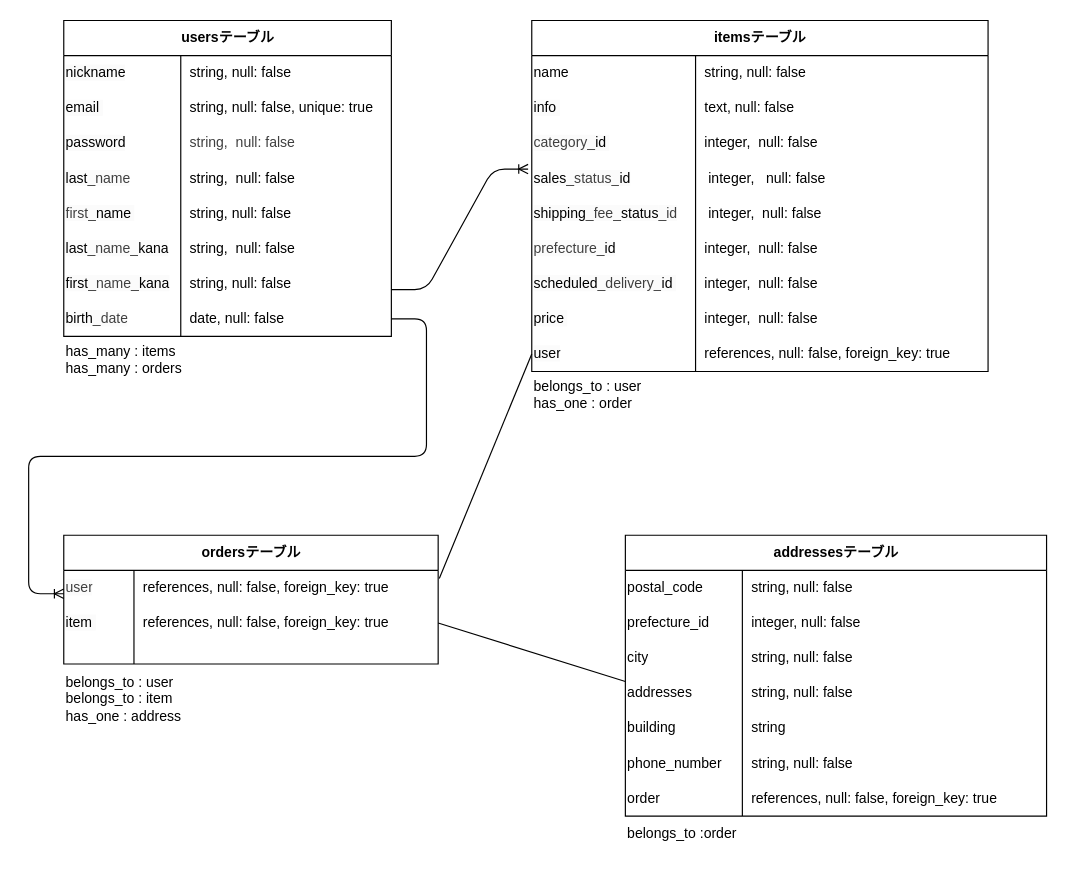
Above: app/views/ER.dio in yuuri418-ui/furima-47310 (draw.io), before the change. Source tidied: cells renumbered, new cells numbered last; positions are measured from the earlier drawing's top-left corner, leaving out a move shared by most shapes. Both pictures are drawn from the tidied source at 117%, with x=0, y=0 at pixel (40, 20).
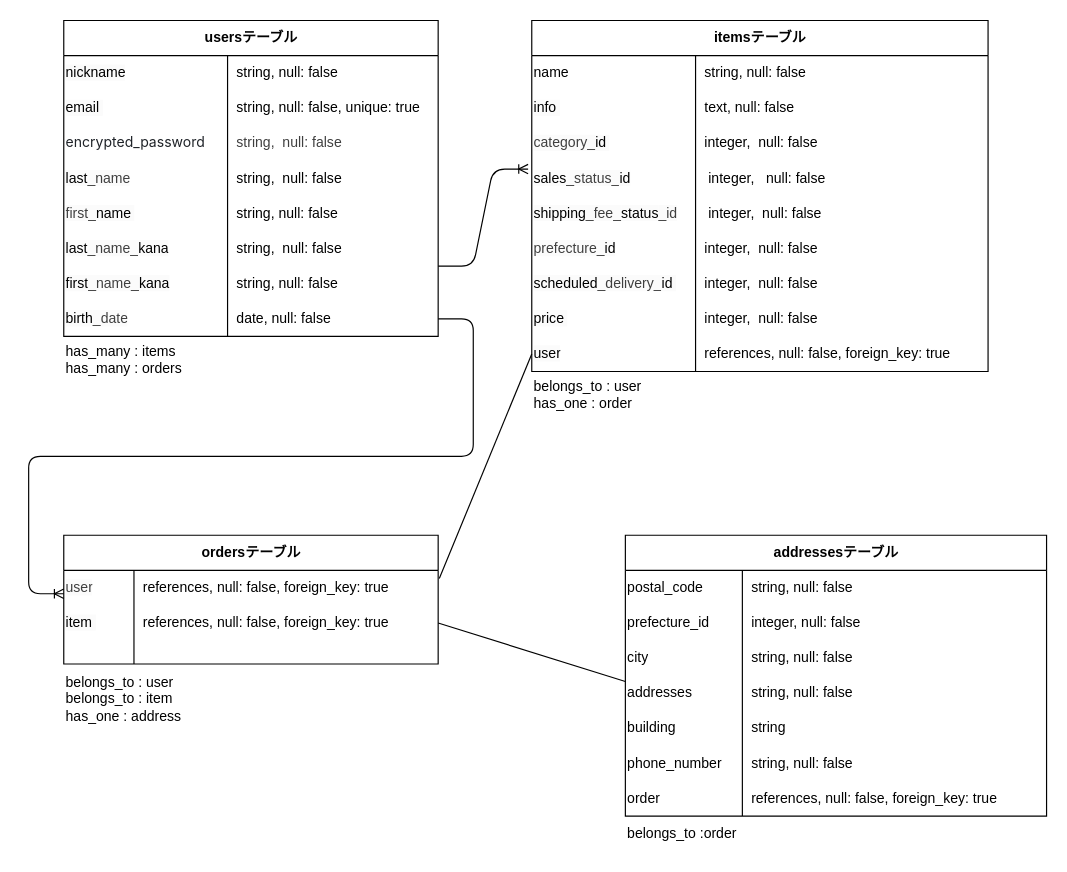
Above is the later version.

Commit message (it also covers changes not shown here):
passwordカラム名を変更

Unchanged cells that the change refers to:
```xml
<mxCell id="37" style="shape=tableRow;horizontal=0;startSize=0;swimlaneHead=0;swimlaneBody=0;fillColor=none;points=[[0,0.5],[1,0.5]];portConstraint=eastwest;top=0;left=0;right=0;bottom=0;" parent="27" vertex="1">
  <mxGeometry y="120" width="390" height="30" as="geometry" />
</mxCell>
```

Change to the diagram source:
```diff
@@
     <mxCell id="2" value="usersテーブル" style="shape=table;startSize=30;childLayout=tableLayout;rowLines=0;fontStyle=1;align=center;html=1;fontColor=default;" parent="1" vertex="1">
-      <mxGeometry x="20" width="280" height="270" as="geometry" />
+      <mxGeometry x="20" width="320" height="270" as="geometry" />
     </mxCell>
     <mxCell id="3" style="shape=tableRow;horizontal=0;startSize=0;swimlaneHead=0;swimlaneBody=0;fillColor=none;top=0;left=0;right=0;bottom=0;align=left;" parent="2" vertex="1">
-      <mxGeometry y="30" width="280" height="30" as="geometry" />
+      <mxGeometry y="30" width="320" height="30" as="geometry" />
     </mxCell>
     <mxCell id="4" value="&lt;span style=&quot;color: rgb(0, 0, 0); font-family: Helvetica; font-size: 12px; font-style: normal; font-variant-ligatures: normal; font-variant-caps: normal; font-weight: 400; letter-spacing: normal; orphans: 2; text-indent: 0px; text-transform: none; widows: 2; word-spacing: 0px; -webkit-text-stroke-width: 0px; white-space: normal; background-color: rgb(251, 251, 251); text-decoration-thickness: initial; text-decoration-style: initial; text-decoration-color: initial; float: none; display: inline !important;&quot;&gt;nickname&lt;/span&gt;" style="shape=partialRectangle;fillColor=none;top=0;left=0;bottom=0;right=0;overflow=hidden;whiteSpace=wrap;html=1;align=left;" parent="3" vertex="1">
-      <mxGeometry width="100" height="30" as="geometry" />
+      <mxGeometry width="140" height="30" as="geometry" />
     </mxCell>
     <mxCell id="5" value="string, null: false" style="shape=partialRectangle;fillColor=none;top=0;left=0;bottom=0;right=0;align=left;spacingLeft=6;overflow=hidden;whiteSpace=wrap;html=1;" parent="3" vertex="1">
-      <mxGeometry x="100" width="180" height="30" as="geometry" />
+      <mxGeometry x="140" width="180" height="30" as="geometry" />
     </mxCell>
     <mxCell id="6" style="shape=tableRow;horizontal=0;startSize=0;swimlaneHead=0;swimlaneBody=0;fillColor=none;top=0;left=0;right=0;bottom=0;align=left;" parent="2" vertex="1">
-      <mxGeometry y="60" width="280" height="30" as="geometry" />
+      <mxGeometry y="60" width="320" height="30" as="geometry" />
     </mxCell>
     <mxCell id="7" value="&lt;span style=&quot;color: rgb(0, 0, 0); font-family: Helvetica; font-size: 12px; font-style: normal; font-variant-ligatures: normal; font-variant-caps: normal; font-weight: 400; letter-spacing: normal; orphans: 2; text-indent: 0px; text-transform: none; widows: 2; word-spacing: 0px; -webkit-text-stroke-width: 0px; white-space: normal; background-color: rgb(251, 251, 251); text-decoration-thickness: initial; text-decoration-style: initial; text-decoration-color: initial; float: none; display: inline !important;&quot;&gt;email&lt;span&gt;&amp;nbsp;&lt;/span&gt;&lt;/span&gt;" style="shape=partialRectangle;fillColor=none;top=0;left=0;bottom=0;right=0;overflow=hidden;whiteSpace=wrap;html=1;align=left;" parent="6" vertex="1">
-      <mxGeometry width="100" height="30" as="geometry" />
+      <mxGeometry width="140" height="30" as="geometry" />
     </mxCell>
     <mxCell id="8" value="string, null: false, unique: true" style="shape=partialRectangle;fillColor=none;top=0;left=0;bottom=0;right=0;align=left;spacingLeft=6;overflow=hidden;whiteSpace=wrap;html=1;" parent="6" vertex="1">
-      <mxGeometry x="100" width="180" height="30" as="geometry" />
+      <mxGeometry x="140" width="180" height="30" as="geometry" />
     </mxCell>
     <mxCell id="9" style="shape=tableRow;horizontal=0;startSize=0;swimlaneHead=0;swimlaneBody=0;fillColor=none;top=0;left=0;right=0;bottom=0;align=left;" parent="2" vertex="1">
-      <mxGeometry y="90" width="280" height="30" as="geometry" />
+      <mxGeometry y="90" width="320" height="30" as="geometry" />
     </mxCell>
-    <mxCell id="10" value="&lt;span style=&quot;color: rgb(0, 0, 0); font-family: Helvetica; font-size: 12px; font-style: normal; font-variant-ligatures: normal; font-variant-caps: normal; font-weight: 400; letter-spacing: normal; orphans: 2; text-indent: 0px; text-transform: none; widows: 2; word-spacing: 0px; -webkit-text-stroke-width: 0px; white-space: normal; background-color: rgb(251, 251, 251); text-decoration-thickness: initial; text-decoration-style: initial; text-decoration-color: initial; float: none; display: inline !important;&quot;&gt;password&lt;/span&gt;" style="shape=partialRectangle;fillColor=none;top=0;left=0;bottom=0;right=0;overflow=hidden;whiteSpace=wrap;html=1;align=left;" parent="9" vertex="1">
-      <mxGeometry width="100" height="30" as="geometry" />
+    <mxCell id="10" value="&lt;span style=&quot;color: rgb(31, 35, 40); font-family: -apple-system, &amp;quot;system-ui&amp;quot;, &amp;quot;Segoe UI&amp;quot;, &amp;quot;Noto Sans&amp;quot;, Helvetica, Arial, sans-serif, &amp;quot;Apple Color Emoji&amp;quot;, &amp;quot;Segoe UI Emoji&amp;quot;; background-color: rgb(255, 255, 255);&quot;&gt;&lt;font&gt;encrypted_password&lt;/font&gt;&lt;/span&gt;" style="shape=partialRectangle;fillColor=none;top=0;left=0;bottom=0;right=0;overflow=hidden;whiteSpace=wrap;html=1;align=left;" parent="9" vertex="1">
+      <mxGeometry width="140" height="30" as="geometry" />
     </mxCell>
     <mxCell id="11" value="&lt;span style=&quot;color: rgb(63, 63, 63); background-color: transparent;&quot;&gt;string,&amp;nbsp; null: false&amp;nbsp;&lt;/span&gt;" style="shape=partialRectangle;fillColor=none;top=0;left=0;bottom=0;right=0;align=left;spacingLeft=6;overflow=hidden;whiteSpace=wrap;html=1;" parent="9" vertex="1">
-      <mxGeometry x="100" width="180" height="30" as="geometry" />
+      <mxGeometry x="140" width="180" height="30" as="geometry" />
     </mxCell>
     <mxCell id="12" style="shape=tableRow;horizontal=0;startSize=0;swimlaneHead=0;swimlaneBody=0;fillColor=none;top=0;left=0;right=0;bottom=0;align=left;" parent="2" vertex="1">
-      <mxGeometry y="120" width="280" height="30" as="geometry" />
+      <mxGeometry y="120" width="320" height="30" as="geometry" />
     </mxCell>
     <mxCell id="13" value="&lt;span style=&quot;color: rgb(0, 0, 0); font-family: Helvetica; font-size: 12px; font-style: normal; font-variant-ligatures: normal; font-variant-caps: normal; font-weight: 400; letter-spacing: normal; orphans: 2; text-indent: 0px; text-transform: none; widows: 2; word-spacing: 0px; -webkit-text-stroke-width: 0px; white-space: normal; background-color: rgb(251, 251, 251); text-decoration-thickness: initial; text-decoration-style: initial; text-decoration-color: initial; float: none; display: inline !important;&quot;&gt;last&lt;/span&gt;&lt;span class=&quot;hljs-emphasis&quot; style=&quot;forced-color-adjust: none; color: rgb(63, 63, 63); scrollbar-color: rgb(226, 226, 226) rgb(251, 251, 251); font-family: Helvetica; font-size: 12px; font-style: normal; font-variant-ligatures: normal; font-variant-caps: normal; font-weight: 400; letter-spacing: normal; orphans: 2; text-indent: 0px; text-transform: none; widows: 2; word-spacing: 0px; -webkit-text-stroke-width: 0px; white-space: normal; background-color: rgb(251, 251, 251); text-decoration-thickness: initial; text-decoration-style: initial; text-decoration-color: initial;&quot;&gt;_name&lt;/span&gt;" style="shape=partialRectangle;fillColor=none;top=0;left=0;bottom=0;right=0;overflow=hidden;whiteSpace=wrap;html=1;align=left;" parent="12" vertex="1">
-      <mxGeometry width="100" height="30" as="geometry" />
+      <mxGeometry width="140" height="30" as="geometry" />
     </mxCell>
     <mxCell id="14" value="&lt;span class=&quot;hljs-emphasis&quot;&gt;string,&amp;nbsp; null: false&amp;nbsp; &amp;nbsp;&lt;/span&gt;" style="shape=partialRectangle;fillColor=none;top=0;left=0;bottom=0;right=0;align=left;spacingLeft=6;overflow=hidden;whiteSpace=wrap;html=1;" parent="12" vertex="1">
-      <mxGeometry x="100" width="180" height="30" as="geometry" />
+      <mxGeometry x="140" width="180" height="30" as="geometry" />
     </mxCell>
     <mxCell id="15" style="shape=tableRow;horizontal=0;startSize=0;swimlaneHead=0;swimlaneBody=0;fillColor=none;top=0;left=0;right=0;bottom=0;align=left;" parent="2" vertex="1">
-      <mxGeometry y="150" width="280" height="30" as="geometry" />
+      <mxGeometry y="150" width="320" height="30" as="geometry" />
     </mxCell>
     <mxCell id="16" value="&lt;span class=&quot;hljs-emphasis&quot; style=&quot;forced-color-adjust: none; color: rgb(63, 63, 63); scrollbar-color: rgb(226, 226, 226) rgb(251, 251, 251); font-family: Helvetica; font-size: 12px; font-style: normal; font-variant-ligatures: normal; font-variant-caps: normal; font-weight: 400; letter-spacing: normal; orphans: 2; text-indent: 0px; text-transform: none; widows: 2; word-spacing: 0px; -webkit-text-stroke-width: 0px; white-space: normal; background-color: rgb(251, 251, 251); text-decoration-thickness: initial; text-decoration-style: initial; text-decoration-color: initial;&quot;&gt;first_&lt;/span&gt;&lt;span style=&quot;color: rgb(0, 0, 0); font-family: Helvetica; font-size: 12px; font-style: normal; font-variant-ligatures: normal; font-variant-caps: normal; font-weight: 400; letter-spacing: normal; orphans: 2; text-indent: 0px; text-transform: none; widows: 2; word-spacing: 0px; -webkit-text-stroke-width: 0px; white-space: normal; background-color: rgb(251, 251, 251); text-decoration-thickness: initial; text-decoration-style: initial; text-decoration-color: initial; float: none; display: inline !important;&quot;&gt;name&lt;span&gt;&amp;nbsp;&lt;/span&gt;&lt;/span&gt;" style="shape=partialRectangle;fillColor=none;top=0;left=0;bottom=0;right=0;overflow=hidden;whiteSpace=wrap;html=1;align=left;" parent="15" vertex="1">
-      <mxGeometry width="100" height="30" as="geometry" />
+      <mxGeometry width="140" height="30" as="geometry" />
     </mxCell>
     <mxCell id="17" value="string, null: false" style="shape=partialRectangle;fillColor=none;top=0;left=0;bottom=0;right=0;align=left;spacingLeft=6;overflow=hidden;whiteSpace=wrap;html=1;" parent="15" vertex="1">
-      <mxGeometry x="100" width="180" height="30" as="geometry" />
+      <mxGeometry x="140" width="180" height="30" as="geometry" />
     </mxCell>
     <mxCell id="18" style="shape=tableRow;horizontal=0;startSize=0;swimlaneHead=0;swimlaneBody=0;fillColor=none;top=0;left=0;right=0;bottom=0;align=left;" parent="2" vertex="1">
-      <mxGeometry y="180" width="280" height="30" as="geometry" />
+      <mxGeometry y="180" width="320" height="30" as="geometry" />
     </mxCell>
     <mxCell id="19" value="&lt;span style=&quot;color: rgb(0, 0, 0); font-family: Helvetica; font-size: 12px; font-style: normal; font-variant-ligatures: normal; font-variant-caps: normal; font-weight: 400; letter-spacing: normal; orphans: 2; text-indent: 0px; text-transform: none; widows: 2; word-spacing: 0px; -webkit-text-stroke-width: 0px; white-space: normal; background-color: rgb(251, 251, 251); text-decoration-thickness: initial; text-decoration-style: initial; text-decoration-color: initial; float: none; display: inline !important;&quot;&gt;last&lt;/span&gt;&lt;span class=&quot;hljs-emphasis&quot; style=&quot;forced-color-adjust: none; color: rgb(63, 63, 63); scrollbar-color: rgb(226, 226, 226) rgb(251, 251, 251); font-family: Helvetica; font-size: 12px; font-style: normal; font-variant-ligatures: normal; font-variant-caps: normal; font-weight: 400; letter-spacing: normal; orphans: 2; text-indent: 0px; text-transform: none; widows: 2; word-spacing: 0px; -webkit-text-stroke-width: 0px; white-space: normal; background-color: rgb(251, 251, 251); text-decoration-thickness: initial; text-decoration-style: initial; text-decoration-color: initial;&quot;&gt;_name_&lt;/span&gt;&lt;span style=&quot;color: rgb(0, 0, 0); font-family: Helvetica; font-size: 12px; font-style: normal; font-variant-ligatures: normal; font-variant-caps: normal; font-weight: 400; letter-spacing: normal; orphans: 2; text-indent: 0px; text-transform: none; widows: 2; word-spacing: 0px; -webkit-text-stroke-width: 0px; white-space: normal; background-color: rgb(251, 251, 251); text-decoration-thickness: initial; text-decoration-style: initial; text-decoration-color: initial; float: none; display: inline !important;&quot;&gt;kana&lt;/span&gt;" style="shape=partialRectangle;fillColor=none;top=0;left=0;bottom=0;right=0;overflow=hidden;whiteSpace=wrap;html=1;align=left;" parent="18" vertex="1">
-      <mxGeometry width="100" height="30" as="geometry" />
+      <mxGeometry width="140" height="30" as="geometry" />
     </mxCell>
     <mxCell id="20" value="string,&amp;nbsp; null: false" style="shape=partialRectangle;fillColor=none;top=0;left=0;bottom=0;right=0;align=left;spacingLeft=6;overflow=hidden;whiteSpace=wrap;html=1;" parent="18" vertex="1">
-      <mxGeometry x="100" width="180" height="30" as="geometry" />
+      <mxGeometry x="140" width="180" height="30" as="geometry" />
     </mxCell>
     <mxCell id="21" style="shape=tableRow;horizontal=0;startSize=0;swimlaneHead=0;swimlaneBody=0;fillColor=none;top=0;left=0;right=0;bottom=0;align=left;" parent="2" vertex="1">
-      <mxGeometry y="210" width="280" height="30" as="geometry" />
+      <mxGeometry y="210" width="320" height="30" as="geometry" />
     </mxCell>
     <mxCell id="22" value="&lt;span style=&quot;color: rgb(0, 0, 0); font-family: Helvetica; font-size: 12px; font-style: normal; font-variant-ligatures: normal; font-variant-caps: normal; font-weight: 400; letter-spacing: normal; orphans: 2; text-indent: 0px; text-transform: none; widows: 2; word-spacing: 0px; -webkit-text-stroke-width: 0px; white-space: normal; background-color: rgb(251, 251, 251); text-decoration-thickness: initial; text-decoration-style: initial; text-decoration-color: initial; float: none; display: inline !important;&quot;&gt;first&lt;/span&gt;&lt;span class=&quot;hljs-emphasis&quot; style=&quot;forced-color-adjust: none; color: rgb(63, 63, 63); scrollbar-color: rgb(226, 226, 226) rgb(251, 251, 251); font-family: Helvetica; font-size: 12px; font-style: normal; font-variant-ligatures: normal; font-variant-caps: normal; font-weight: 400; letter-spacing: normal; orphans: 2; text-indent: 0px; text-transform: none; widows: 2; word-spacing: 0px; -webkit-text-stroke-width: 0px; white-space: normal; background-color: rgb(251, 251, 251); text-decoration-thickness: initial; text-decoration-style: initial; text-decoration-color: initial;&quot;&gt;_name_&lt;/span&gt;&lt;span style=&quot;color: rgb(0, 0, 0); font-family: Helvetica; font-size: 12px; font-style: normal; font-variant-ligatures: normal; font-variant-caps: normal; font-weight: 400; letter-spacing: normal; orphans: 2; text-indent: 0px; text-transform: none; widows: 2; word-spacing: 0px; -webkit-text-stroke-width: 0px; white-space: normal; background-color: rgb(251, 251, 251); text-decoration-thickness: initial; text-decoration-style: initial; text-decoration-color: initial; float: none; display: inline !important;&quot;&gt;kana&lt;/span&gt;" style="shape=partialRectangle;fillColor=none;top=0;left=0;bottom=0;right=0;overflow=hidden;whiteSpace=wrap;html=1;align=left;" parent="21" vertex="1">
-      <mxGeometry width="100" height="30" as="geometry" />
+      <mxGeometry width="140" height="30" as="geometry" />
     </mxCell>
     <mxCell id="23" value="string, null: false" style="shape=partialRectangle;fillColor=none;top=0;left=0;bottom=0;right=0;align=left;spacingLeft=6;overflow=hidden;whiteSpace=wrap;html=1;" parent="21" vertex="1">
-      <mxGeometry x="100" width="180" height="30" as="geometry" />
+      <mxGeometry x="140" width="180" height="30" as="geometry" />
     </mxCell>
     <mxCell id="24" style="shape=tableRow;horizontal=0;startSize=0;swimlaneHead=0;swimlaneBody=0;fillColor=none;points=[[0,0.5],[1,0.5]];portConstraint=eastwest;top=0;left=0;right=0;bottom=0;align=left;" parent="2" vertex="1">
-      <mxGeometry y="240" width="280" height="30" as="geometry" />
+      <mxGeometry y="240" width="320" height="30" as="geometry" />
     </mxCell>
     <mxCell id="25" value="&lt;span style=&quot;color: rgb(0, 0, 0); font-family: Helvetica; font-size: 12px; font-style: normal; font-variant-ligatures: normal; font-variant-caps: normal; font-weight: 400; letter-spacing: normal; orphans: 2; text-indent: 0px; text-transform: none; widows: 2; word-spacing: 0px; -webkit-text-stroke-width: 0px; white-space: normal; background-color: rgb(251, 251, 251); text-decoration-thickness: initial; text-decoration-style: initial; text-decoration-color: initial; float: none; display: inline !important;&quot;&gt;birth&lt;/span&gt;&lt;span class=&quot;hljs-emphasis&quot; style=&quot;forced-color-adjust: none; color: rgb(63, 63, 63); scrollbar-color: rgb(226, 226, 226) rgb(251, 251, 251); font-family: Helvetica; font-size: 12px; font-style: normal; font-variant-ligatures: normal; font-variant-caps: normal; font-weight: 400; letter-spacing: normal; orphans: 2; text-indent: 0px; text-transform: none; widows: 2; word-spacing: 0px; -webkit-text-stroke-width: 0px; white-space: normal; background-color: rgb(251, 251, 251); text-decoration-thickness: initial; text-decoration-style: initial; text-decoration-color: initial;&quot;&gt;_date&lt;/span&gt;" style="shape=partialRectangle;fillColor=none;top=0;left=0;bottom=0;right=0;overflow=hidden;whiteSpace=wrap;html=1;align=left;" parent="24" vertex="1">
-      <mxGeometry width="100" height="30" as="geometry" />
+      <mxGeometry width="140" height="30" as="geometry" />
     </mxCell>
     <mxCell id="26" value="&lt;span class=&quot;hljs-emphasis&quot;&gt;date, null: false&lt;/span&gt;" style="shape=partialRectangle;fillColor=none;top=0;left=0;bottom=0;right=0;align=left;spacingLeft=6;overflow=hidden;whiteSpace=wrap;html=1;" parent="24" vertex="1">
-      <mxGeometry x="100" width="180" height="30" as="geometry" />
+      <mxGeometry x="140" width="180" height="30" as="geometry" />
     </mxCell>
@@
     <mxCell id="91" style="edgeStyle=entityRelationEdgeStyle;fontSize=12;html=1;endArrow=ERoneToMany;entryX=-0.008;entryY=0.233;entryDx=0;entryDy=0;entryPerimeter=0;" parent="1" edge="1" target="37">
       <mxGeometry relative="1" as="geometry">
-        <mxPoint x="300" y="230" as="sourcePoint" />
+        <mxPoint x="340" y="210" as="sourcePoint" />
         <Array as="points">
           <mxPoint x="420" y="127" />
         </Array>
       </mxGeometry>
     </mxCell>
```
